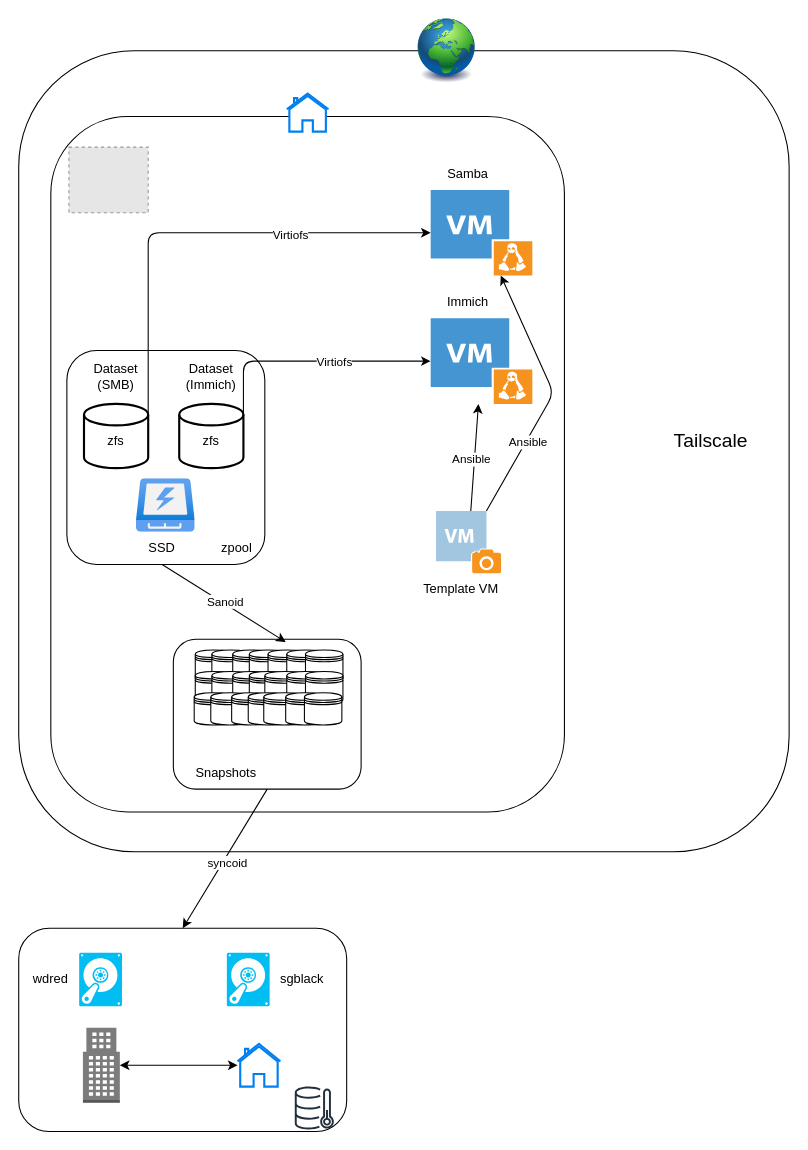
This is setup.drawio from HakonSkogsrud/serversetup, a draw.io file, before an edit. Source tidied: cells renumbered, new cells numbered last; positions are measured from the earlier drawing's top-left corner, leaving out a move shared by most shapes. Both pictures are drawn from the tidied source at 107%, with x=0, y=0 at pixel (18, 18). Pictures stored in the file or linked from it are replaced by grey dashed boxes.
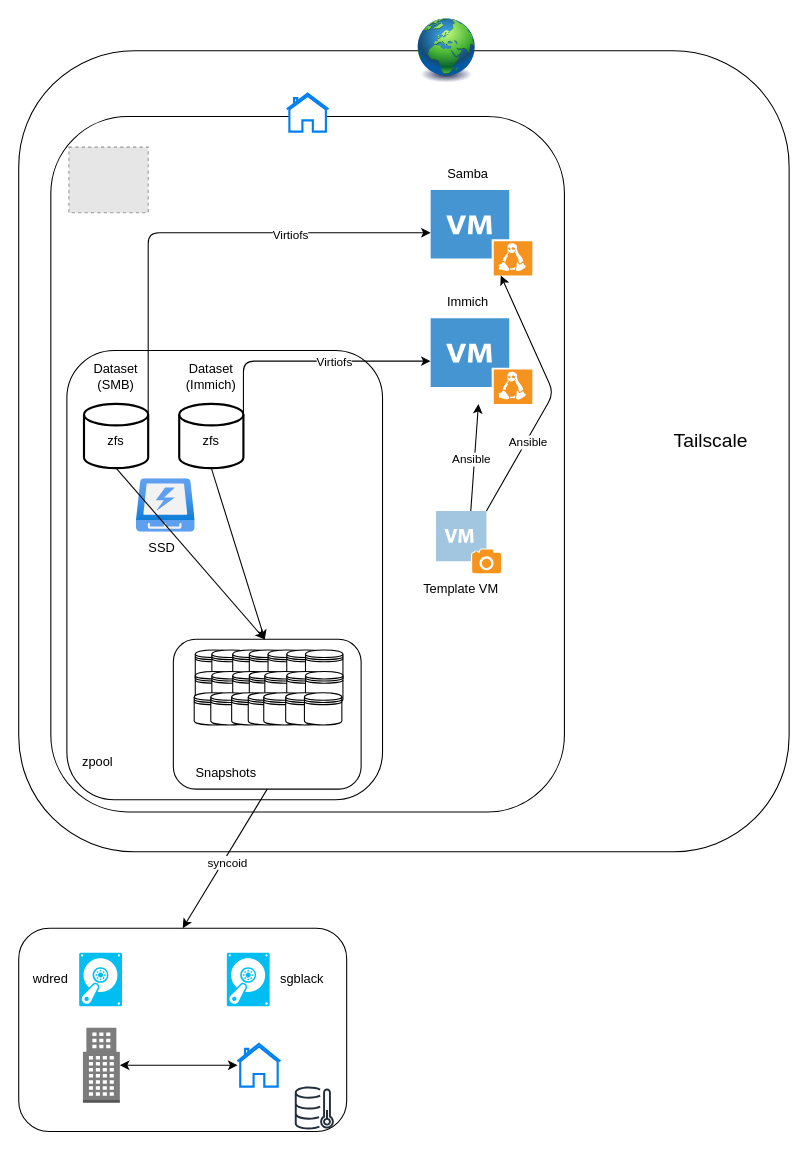
After the change.

Unchanged cells that the change refers to:
```xml
<mxCell id="14" style="strokeWidth=2;html=1;shape=mxgraph.flowchart.database;whiteSpace=wrap;" parent="1" vertex="1">
  <mxGeometry x="61" y="360" width="60" height="60" as="geometry" />
</mxCell>
<mxCell id="17" style="strokeWidth=2;html=1;shape=mxgraph.flowchart.database;whiteSpace=wrap;" parent="1" vertex="1">
  <mxGeometry x="150" y="360" width="60" height="60" as="geometry" />
</mxCell>
<mxCell id="20" value="SSD" style="text;strokeColor=none;align=center;fillColor=none;html=1;verticalAlign=middle;whiteSpace=wrap;rounded=0;" parent="1" vertex="1">
  <mxGeometry x="104" y="480" width="60" height="30" as="geometry" />
</mxCell>
```

What changed in the source:
```diff
@@
     <mxCell id="7" style="rounded=1;whiteSpace=wrap;html=1;fillColor=none;" parent="1" vertex="1">
-      <mxGeometry x="45" y="310" width="185" height="200" as="geometry" />
+      <mxGeometry x="45" y="310" width="295" height="420" as="geometry" />
     </mxCell>
@@
-    <mxCell id="18" style="edgeStyle=none;html=1;exitX=0.5;exitY=1;exitDx=0;exitDy=0;entryX=0;entryY=0.75;entryDx=0;entryDy=0;" parent="1" edge="1" source="20">
-      <mxGeometry relative="1" as="geometry">
-        <mxPoint x="249.5" y="582.5" as="targetPoint" />
-      </mxGeometry>
-    </mxCell>
-    <mxCell id="19" value="Sanoid" style="edgeLabel;html=1;align=center;verticalAlign=middle;" parent="18" vertex="1">
-      <mxGeometry x="-0.01" y="2" relative="1" as="geometry" />
-    </mxCell>
@@
     <mxCell id="32" value="zpool" style="text;strokeColor=none;align=center;fillColor=none;html=1;verticalAlign=middle;whiteSpace=wrap;rounded=0;" parent="1" vertex="1">
-      <mxGeometry x="174" y="480" width="60" height="30" as="geometry" />
+      <mxGeometry x="44" y="680" width="60" height="30" as="geometry" />
     </mxCell>
@@
+    <mxCell id="68" style="edgeStyle=none;html=1;exitX=0.5;exitY=1;exitDx=0;exitDy=0;exitPerimeter=0;entryX=0.627;entryY=0.643;entryDx=0;entryDy=0;entryPerimeter=0;" parent="1" edge="1" source="17" target="7">
+      <mxGeometry relative="1" as="geometry" />
+    </mxCell>
+    <mxCell id="69" style="edgeStyle=none;html=1;exitX=0.5;exitY=1;exitDx=0;exitDy=0;exitPerimeter=0;entryX=0.627;entryY=0.643;entryDx=0;entryDy=0;entryPerimeter=0;" parent="1" edge="1" source="14" target="7">
+      <mxGeometry relative="1" as="geometry" />
+    </mxCell>
```
